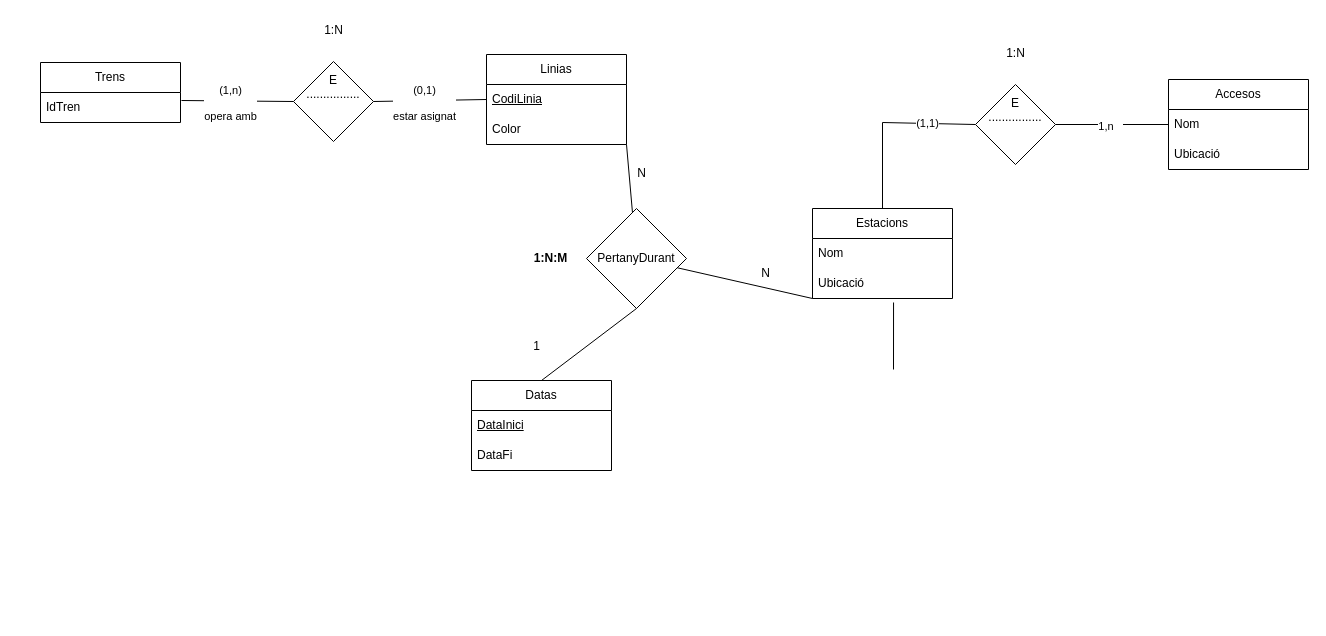
Before: 0377-ASGBD (M10)/drawio/metrobarcelona.drawio in gxldnn/edt, a draw.io diagram. Source tidied: cells renumbered, new cells numbered last; positions are measured from the earlier drawing's top-left corner, leaving out a move shared by most shapes. Both pictures are drawn from the tidied source at 100%, with x=0, y=0 at pixel (40, 17).
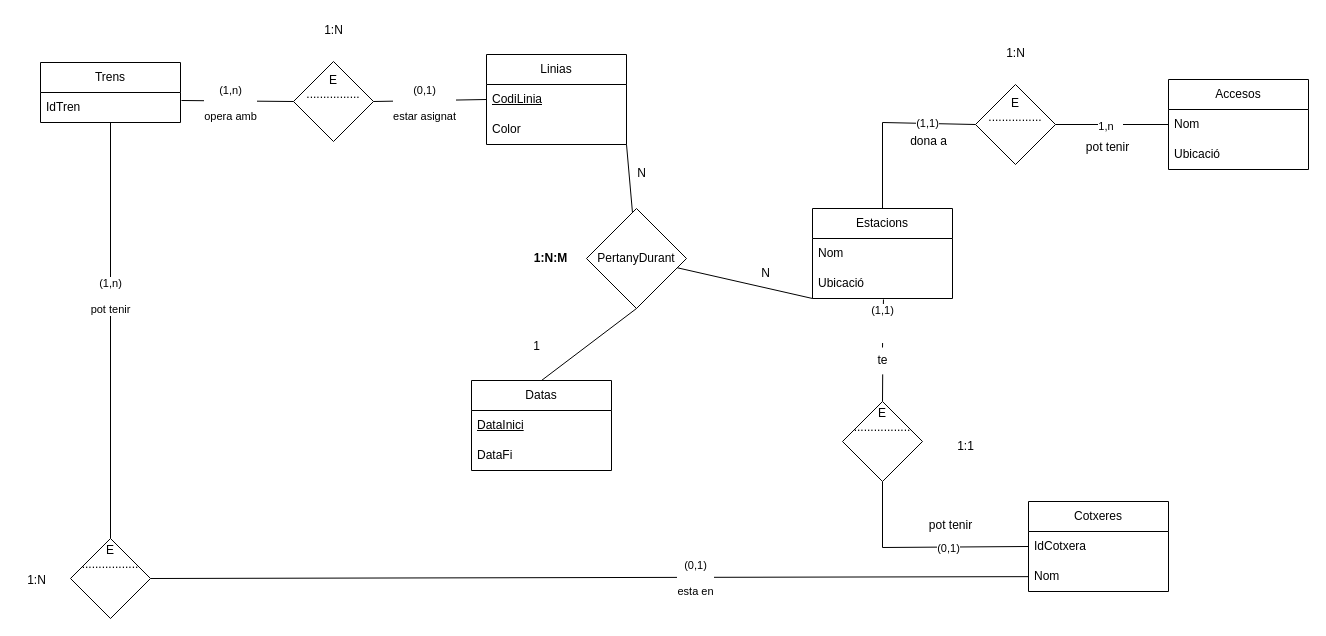
The same diagram, later.

Unchanged cells that the change refers to:
```xml
<mxCell id="4" value="Ubicació" style="text;strokeColor=none;fillColor=none;align=left;verticalAlign=middle;spacingLeft=4;spacingRight=4;overflow=hidden;points=[[0,0.5],[1,0.5]];portConstraint=eastwest;whiteSpace=wrap;html=1;" parent="2" vertex="1">
  <mxGeometry y="60" width="140" height="30" as="geometry" />
</mxCell>
<mxCell id="18" value="IdTren" style="text;strokeColor=none;fillColor=none;align=left;verticalAlign=middle;spacingLeft=4;spacingRight=4;overflow=hidden;points=[[0,0.5],[1,0.5]];portConstraint=eastwest;whiteSpace=wrap;html=1;" parent="17" vertex="1">
  <mxGeometry y="30" width="140" height="30" as="geometry" />
</mxCell>
```

Change to the diagram source:
```diff
@@
-    <mxCell id="39" style="endArrow=none;html=1;rounded=0;entryX=0.579;entryY=1.133;entryDx=0;entryDy=0;entryPerimeter=0;exitX=0;exitY=0.5;exitDx=0;exitDy=0;" parent="1" edge="1" target="4">
-      <mxGeometry relative="1" as="geometry">
-        <mxPoint x="853" y="352" as="sourcePoint" />
-      </mxGeometry>
+    <mxCell id="39" style="endArrow=none;html=1;rounded=0;exitX=0.5;exitY=0;exitDx=0;exitDy=0;entryX=0.507;entryY=1.033;entryDx=0;entryDy=0;entryPerimeter=0;" parent="1" edge="1" source="57" target="4">
+      <mxGeometry relative="1" as="geometry" />
     </mxCell>
+    <mxCell id="40" value="(1,1)&lt;div&gt;&lt;br&gt;&lt;/div&gt;&lt;div&gt;&lt;br&gt;&lt;/div&gt;" style="edgeLabel;html=1;align=center;verticalAlign=middle;" parent="39" vertex="1">
+      <mxGeometry x="0.01" y="1" relative="1" as="geometry" />
+    </mxCell>
+    <mxCell id="41" style="endArrow=none;html=1;rounded=0;entryX=0.5;entryY=1;entryDx=0;entryDy=0;exitX=0;exitY=0.5;exitDx=0;exitDy=0;" parent="1" edge="1" source="44" target="54">
+      <mxGeometry relative="1" as="geometry">
+        <Array as="points">
+          <mxPoint x="842" y="530" />
+        </Array>
+      </mxGeometry>
+    </mxCell>
+    <mxCell id="42" value="(0,1)" style="edgeLabel;html=1;align=center;verticalAlign=middle;" parent="41" vertex="1">
+      <mxGeometry x="-0.24" y="1" relative="1" as="geometry" />
+    </mxCell>
+    <mxCell id="43" value="Cotxeres" style="swimlane;fontStyle=0;horizontal=1;startSize=30;whiteSpace=wrap;html=1;" parent="1" vertex="1">
+      <mxGeometry x="988" y="484" width="140" height="90" as="geometry" />
+    </mxCell>
+    <mxCell id="44" value="IdCotxera" style="text;strokeColor=none;fillColor=none;align=left;verticalAlign=middle;spacingLeft=4;spacingRight=4;overflow=hidden;points=[[0,0.5],[1,0.5]];portConstraint=eastwest;whiteSpace=wrap;html=1;" parent="43" vertex="1">
+      <mxGeometry y="30" width="140" height="30" as="geometry" />
+    </mxCell>
+    <mxCell id="45" value="Nom" style="text;strokeColor=none;fillColor=none;align=left;verticalAlign=middle;spacingLeft=4;spacingRight=4;overflow=hidden;points=[[0,0.5],[1,0.5]];portConstraint=eastwest;whiteSpace=wrap;html=1;" parent="43" vertex="1">
+      <mxGeometry y="60" width="140" height="30" as="geometry" />
+    </mxCell>
+    <mxCell id="46" style="endArrow=none;html=1;rounded=0;exitX=0.5;exitY=0;exitDx=0;exitDy=0;" parent="1" edge="1" source="51" target="18">
+      <mxGeometry relative="1" as="geometry" />
+    </mxCell>
+    <mxCell id="47" value="(1,n)&lt;div&gt;&lt;br&gt;&lt;/div&gt;&lt;div&gt;pot tenir&lt;/div&gt;" style="edgeLabel;html=1;align=center;verticalAlign=middle;" parent="46" vertex="1">
+      <mxGeometry x="0.17" y="1" relative="1" as="geometry" />
+    </mxCell>
+    <mxCell id="48" style="endArrow=none;html=1;rounded=0;entryX=1;entryY=0.5;entryDx=0;entryDy=0;" parent="1" edge="1" source="45" target="51">
+      <mxGeometry relative="1" as="geometry" />
+    </mxCell>
+    <mxCell id="49" value="(0,1)&lt;div&gt;&lt;br&gt;&lt;/div&gt;&lt;div&gt;esta en&lt;/div&gt;" style="edgeLabel;html=1;align=center;verticalAlign=middle;" parent="48" vertex="1">
+      <mxGeometry x="-0.24" y="1" relative="1" as="geometry" />
+    </mxCell>
+    <mxCell id="50" style="group;" parent="1" vertex="1">
+      <mxGeometry x="-23" y="521" width="133" height="80" as="geometry" />
+    </mxCell>
+    <mxCell id="51" value="E&lt;div&gt;.................&lt;/div&gt;&lt;div&gt;&lt;br&gt;&lt;/div&gt;&lt;div&gt;&lt;br&gt;&lt;/div&gt;&lt;div&gt;&lt;br&gt;&lt;/div&gt;" style="rhombus;whiteSpace=wrap;html=1;" parent="50" vertex="1">
+      <mxGeometry x="53" width="80" height="80" as="geometry" />
+    </mxCell>
+    <mxCell id="52" value="1:N" style="text;html=1;align=center;verticalAlign=middle;strokeColor=none;fillColor=none;" parent="50" vertex="1">
+      <mxGeometry y="29" width="37" height="26" as="geometry" />
+    </mxCell>
+    <mxCell id="53" style="group;" parent="1" vertex="1">
+      <mxGeometry x="802" y="384" width="140" height="80" as="geometry" />
+    </mxCell>
+    <mxCell id="54" value="E&lt;div&gt;.................&lt;/div&gt;&lt;div&gt;&lt;br&gt;&lt;/div&gt;&lt;div&gt;&lt;br&gt;&lt;/div&gt;&lt;div&gt;&lt;br&gt;&lt;/div&gt;" style="rhombus;whiteSpace=wrap;html=1;" parent="53" vertex="1">
+      <mxGeometry width="80" height="80" as="geometry" />
+    </mxCell>
+    <mxCell id="55" value="1:1" style="text;html=1;align=center;verticalAlign=middle;strokeColor=none;fillColor=none;" parent="53" vertex="1">
+      <mxGeometry x="105" y="32" width="35" height="26" as="geometry" />
+    </mxCell>
+    <mxCell id="56" style="endArrow=none;html=1;rounded=0;exitX=0.5;exitY=0;exitDx=0;exitDy=0;entryX=0.507;entryY=1.033;entryDx=0;entryDy=0;entryPerimeter=0;" parent="1" edge="1" source="54" target="57">
+      <mxGeometry relative="1" as="geometry" />
+    </mxCell>
+    <mxCell id="57" value="te" style="text;html=1;align=center;verticalAlign=middle;points=[];strokeColor=none;fillColor=none;" parent="1" vertex="1">
+      <mxGeometry x="828" y="330" width="28" height="26" as="geometry" />
+    </mxCell>
+    <mxCell id="58" value="pot tenir" style="text;html=1;align=center;verticalAlign=middle;strokeColor=none;fillColor=none;" parent="1" vertex="1">
+      <mxGeometry x="879" y="495" width="61" height="26" as="geometry" />
+    </mxCell>
+    <mxCell id="59" value="pot tenir" style="text;html=1;align=center;verticalAlign=middle;strokeColor=none;fillColor=none;" parent="1" vertex="1">
+      <mxGeometry x="1036" y="117" width="61" height="26" as="geometry" />
+    </mxCell>
+    <mxCell id="60" value="dona a" style="text;html=1;align=center;verticalAlign=middle;strokeColor=none;fillColor=none;" parent="1" vertex="1">
+      <mxGeometry x="860" y="111" width="55" height="26" as="geometry" />
+    </mxCell>
```
